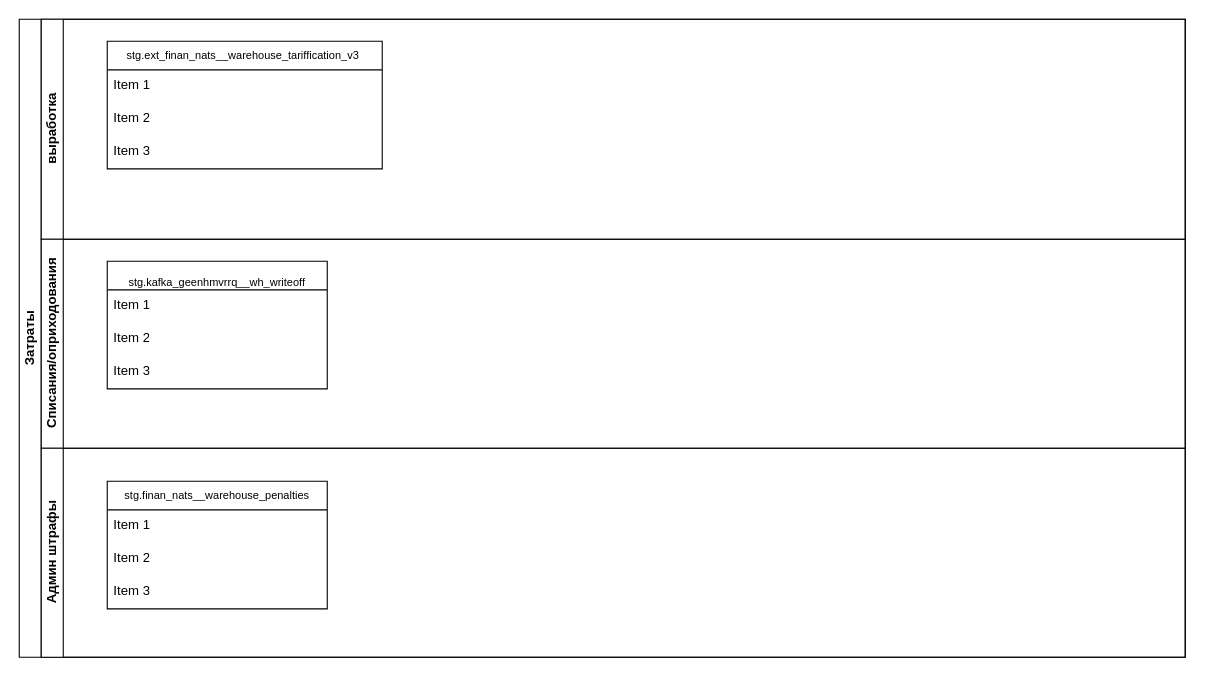
This is Потоки данных для витрины баланса.drawio from AntonKoltsov85/Schemes, a draw.io file, before an edit. Source tidied: cells renumbered, new cells numbered last; positions are measured from the earlier drawing's top-left corner, leaving out a move shared by most shapes. Both pictures are drawn from the tidied source at 110%, with x=0, y=0 at pixel (19, 19).
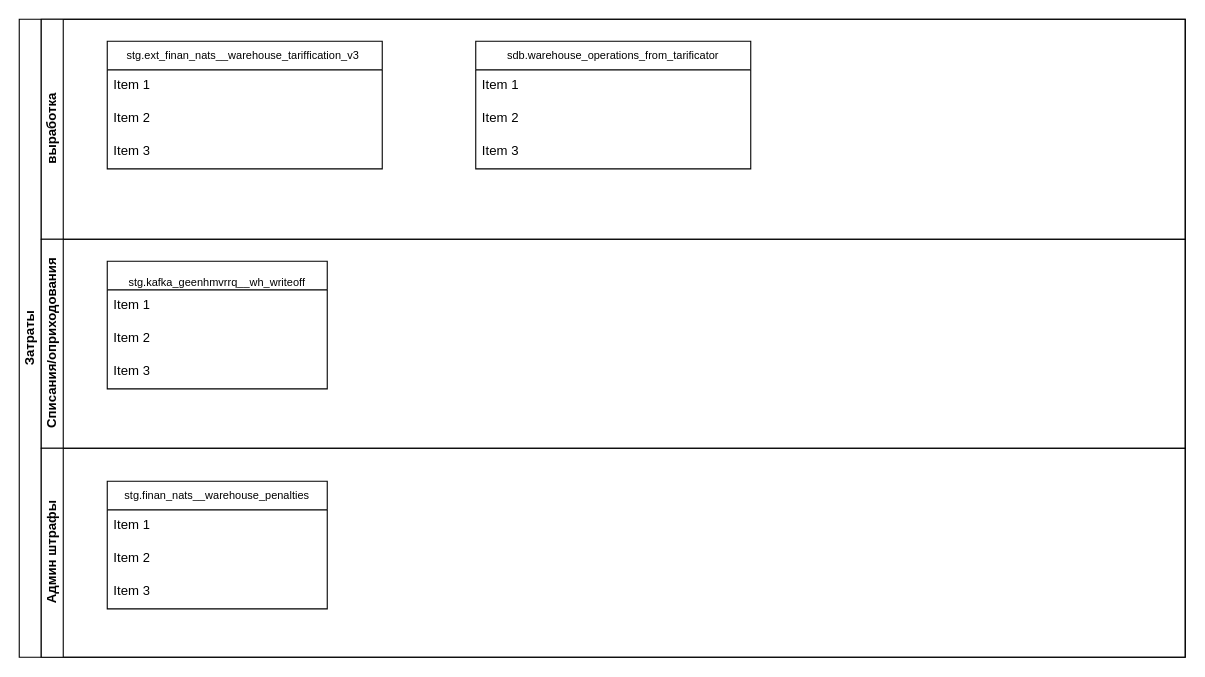
After the change.

The change refers to these unchanged cells:
```xml
<mxCell id="3" value="выработка" style="swimlane;html=1;startSize=20;horizontal=0;" parent="2" vertex="1">
  <mxGeometry x="20" width="1040" height="200" as="geometry" />
</mxCell>
```

The edit, as a diff of the source:
```diff
@@
+    <mxCell id="18" value="sdb.warehouse_operations_from_tarificator" style="swimlane;fontStyle=0;horizontal=1;startSize=26;align=center;fontSize=10;" parent="3" vertex="1">
+      <mxGeometry x="395" y="20" width="250" height="116" as="geometry" />
+    </mxCell>
+    <mxCell id="19" value="Item 1" style="text;strokeColor=none;fillColor=none;spacingLeft=4;spacingRight=4;overflow=hidden;fontSize=12;whiteSpace=wrap;html=1;" parent="18" vertex="1">
+      <mxGeometry y="26" width="250" height="30" as="geometry" />
+    </mxCell>
+    <mxCell id="20" value="Item 2" style="text;strokeColor=none;fillColor=none;spacingLeft=4;spacingRight=4;overflow=hidden;fontSize=12;whiteSpace=wrap;html=1;" parent="18" vertex="1">
+      <mxGeometry y="56" width="250" height="30" as="geometry" />
+    </mxCell>
+    <mxCell id="21" value="Item 3" style="text;strokeColor=none;fillColor=none;spacingLeft=4;spacingRight=4;overflow=hidden;fontSize=12;whiteSpace=wrap;html=1;" parent="18" vertex="1">
+      <mxGeometry y="86" width="250" height="30" as="geometry" />
+    </mxCell>
```
